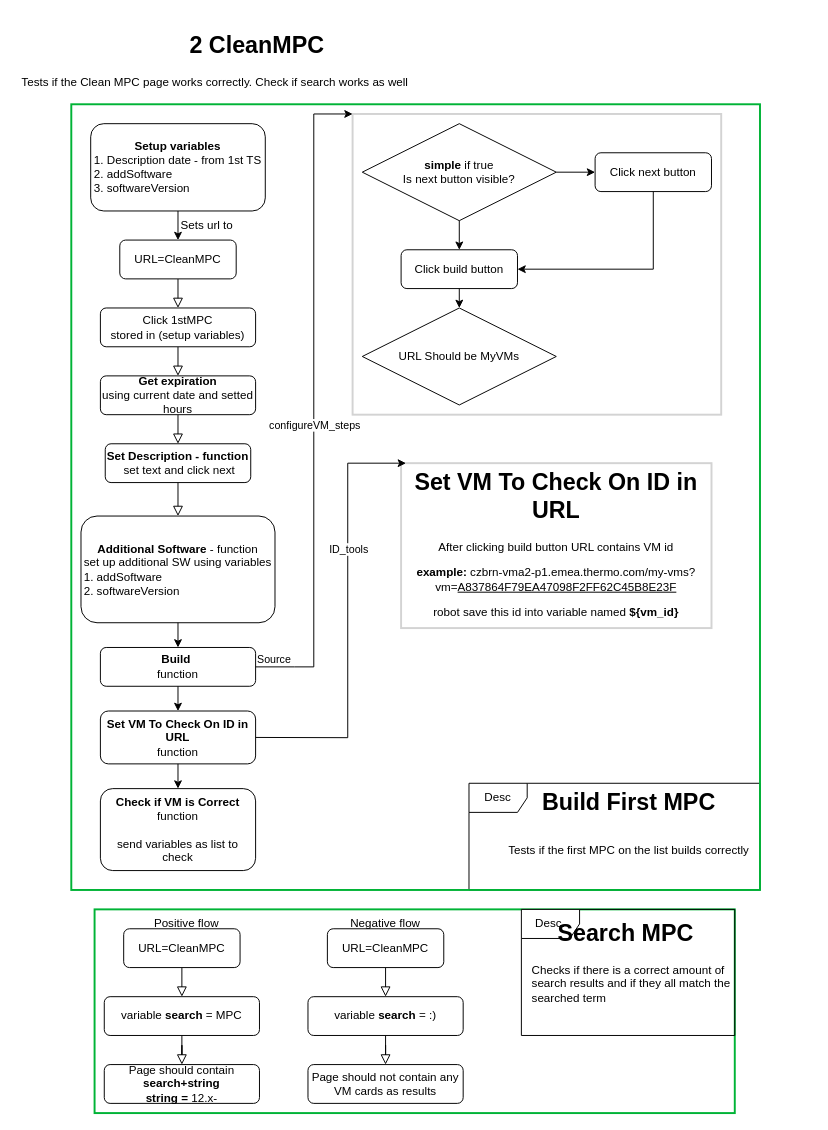
Before: page "2 CleanMPC" (2 of 5) of 4_MyVMS.drawio in MartinBlazek6/Project, a draw.io diagram. Source tidied: cells renumbered, new cells numbered last; positions are measured from the earlier drawing's top-left corner, leaving out a move shared by most shapes. Both pictures are drawn from the tidied source at 97%, with x=0, y=0 at pixel (16, 26).
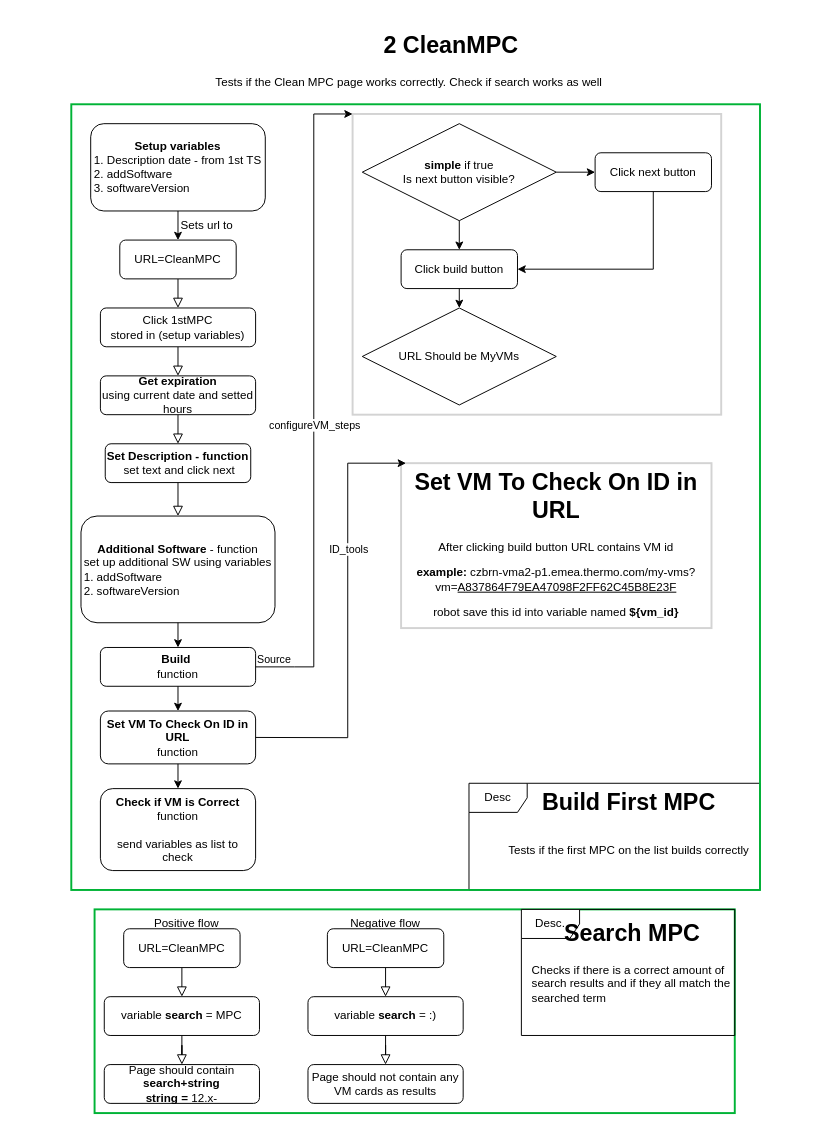
Above is the later version.

Change to the diagram source:
```diff
@@
-    <mxCell id="4" value="&lt;h1 style=&quot;text-align: center&quot;&gt;&lt;span&gt;&lt;span&gt; &lt;/span&gt;&lt;span&gt; &lt;/span&gt;&lt;span&gt; &lt;/span&gt;&lt;span style=&quot;white-space: pre&quot;&gt; &lt;/span&gt;&lt;span style=&quot;white-space: pre&quot;&gt; &lt;/span&gt;&lt;span style=&quot;white-space: pre&quot;&gt; &lt;/span&gt;&lt;span style=&quot;white-space: pre&quot;&gt; &lt;/span&gt;&lt;span style=&quot;white-space: pre&quot;&gt; &lt;/span&gt;&lt;span style=&quot;white-space: pre&quot;&gt; &lt;/span&gt;&lt;span style=&quot;white-space: pre&quot;&gt; &lt;span style=&quot;white-space: pre&quot;&gt; &lt;/span&gt;&lt;span style=&quot;white-space: pre&quot;&gt; &lt;/span&gt;&lt;span style=&quot;white-space: pre&quot;&gt; &lt;/span&gt;&lt;span style=&quot;white-space: pre&quot;&gt; &lt;/span&gt;&lt;span style=&quot;white-space: pre&quot;&gt; &lt;/span&gt;&lt;span style=&quot;white-space: pre&quot;&gt; &lt;/span&gt;&lt;/span&gt;2 CleanMPC&lt;/span&gt;&lt;/h1&gt;&lt;div style=&quot;text-align: center&quot;&gt;&lt;span&gt;Tests if the Clean MPC page works correctly. Check if search works as well&lt;/span&gt;&lt;/div&gt;&lt;h1 style=&quot;text-align: center&quot;&gt;&lt;span style=&quot;font-size: 12px ; font-weight: 400&quot;&gt;&amp;nbsp;&lt;/span&gt;&lt;br&gt;&lt;/h1&gt;" style="text;html=1;strokeColor=none;fillColor=none;spacing=5;spacingTop=-20;whiteSpace=wrap;overflow=hidden;rounded=0;" parent="1" vertex="1">
+    <mxCell id="4" value="&lt;blockquote style=&quot;margin: 0 0 0 40px ; border: none ; padding: 0px&quot;&gt;&lt;blockquote style=&quot;margin: 0 0 0 40px ; border: none ; padding: 0px&quot;&gt;&lt;blockquote style=&quot;margin: 0 0 0 40px ; border: none ; padding: 0px&quot;&gt;&lt;blockquote style=&quot;margin: 0 0 0 40px ; border: none ; padding: 0px&quot;&gt;&lt;blockquote style=&quot;margin: 0 0 0 40px ; border: none ; padding: 0px&quot;&gt;&lt;h1 style=&quot;text-align: center&quot;&gt;&lt;span&gt;&lt;span style=&quot;white-space: pre&quot;&gt; &lt;/span&gt;&lt;span style=&quot;white-space: pre&quot;&gt; &lt;/span&gt;&lt;span style=&quot;white-space: pre&quot;&gt; &lt;/span&gt;&lt;span style=&quot;white-space: pre&quot;&gt; &lt;/span&gt;&lt;span style=&quot;white-space: pre&quot;&gt; &lt;/span&gt;&lt;span style=&quot;white-space: pre&quot;&gt; &lt;/span&gt;&lt;span style=&quot;white-space: pre&quot;&gt; &lt;span style=&quot;white-space: pre&quot;&gt; &lt;/span&gt;&lt;span style=&quot;white-space: pre&quot;&gt; &lt;/span&gt;&lt;span style=&quot;white-space: pre&quot;&gt; &lt;/span&gt;&lt;span style=&quot;white-space: pre&quot;&gt; &lt;/span&gt;&lt;span style=&quot;white-space: pre&quot;&gt; &lt;/span&gt;&lt;span style=&quot;white-space: pre&quot;&gt; &lt;/span&gt;&lt;/span&gt;2 CleanMPC&lt;/span&gt;&lt;/h1&gt;&lt;/blockquote&gt;&lt;/blockquote&gt;&lt;/blockquote&gt;&lt;/blockquote&gt;&lt;blockquote style=&quot;margin: 0 0 0 40px ; border: none ; padding: 0px&quot;&gt;&lt;blockquote style=&quot;margin: 0 0 0 40px ; border: none ; padding: 0px&quot;&gt;&lt;blockquote style=&quot;margin: 0 0 0 40px ; border: none ; padding: 0px&quot;&gt;&lt;blockquote style=&quot;margin: 0 0 0 40px ; border: none ; padding: 0px&quot;&gt;&lt;div style=&quot;text-align: center&quot;&gt;&lt;span&gt;Tests if the Clean MPC page works correctly. Check if search works as well&lt;/span&gt;&lt;/div&gt;&lt;/blockquote&gt;&lt;/blockquote&gt;&lt;/blockquote&gt;&lt;/blockquote&gt;&lt;blockquote style=&quot;margin: 0 0 0 40px ; border: none ; padding: 0px&quot;&gt;&lt;blockquote style=&quot;margin: 0 0 0 40px ; border: none ; padding: 0px&quot;&gt;&lt;blockquote style=&quot;margin: 0 0 0 40px ; border: none ; padding: 0px&quot;&gt;&lt;blockquote style=&quot;margin: 0 0 0 40px ; border: none ; padding: 0px&quot;&gt;&lt;h1 style=&quot;text-align: center&quot;&gt;&lt;span style=&quot;font-size: 12px ; font-weight: 400&quot;&gt;&amp;nbsp;&lt;/span&gt;&lt;/h1&gt;&lt;/blockquote&gt;&lt;/blockquote&gt;&lt;/blockquote&gt;&lt;/blockquote&gt;&lt;/blockquote&gt;" style="text;html=1;strokeColor=none;fillColor=none;spacing=5;spacingTop=-20;whiteSpace=wrap;overflow=hidden;rounded=0;" parent="1" vertex="1">
       <mxGeometry width="820" height="120" as="geometry" />
     </mxCell>
@@
-    <mxCell id="54" value="&lt;h1&gt;&lt;span&gt; &lt;/span&gt;&lt;span style=&quot;white-space: pre&quot;&gt; &lt;/span&gt;&amp;nbsp; &lt;span style=&quot;white-space: pre&quot;&gt; &lt;/span&gt;Search MPC&lt;/h1&gt;&lt;p&gt;Checks if there is a correct amount of search results and if they all match the searched term&lt;/p&gt;" style="text;html=1;strokeColor=none;fillColor=none;spacing=5;spacingTop=-20;whiteSpace=wrap;overflow=hidden;rounded=0;" parent="1" vertex="1">
+    <mxCell id="54" value="&lt;h1&gt;&lt;span&gt; &lt;/span&gt;&lt;span style=&quot;white-space: pre&quot;&gt; &lt;/span&gt;&amp;nbsp; &lt;span style=&quot;white-space: pre&quot;&gt; &lt;span style=&quot;white-space: pre&quot;&gt; &lt;/span&gt;&lt;/span&gt;Search MPC&lt;/h1&gt;&lt;p&gt;Checks if there is a correct amount of search results and if they all match the searched term&lt;/p&gt;" style="text;html=1;strokeColor=none;fillColor=none;spacing=5;spacingTop=-20;whiteSpace=wrap;overflow=hidden;rounded=0;" parent="1" vertex="1">
       <mxGeometry x="526" y="915" width="220" height="120" as="geometry" />
     </mxCell>
```
